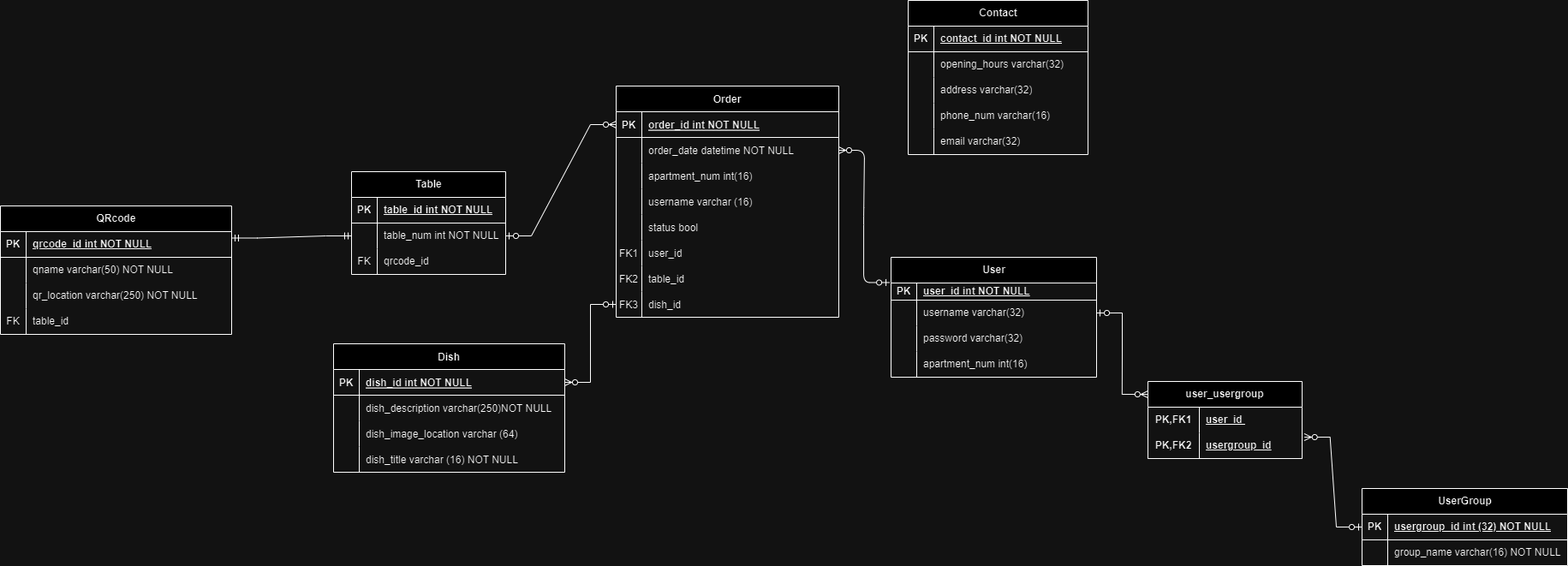
The draw.io diagram Documents/Lumia_DB.drawio.png in ZYMNZ/SystemDevProject, before a commit. Source tidied: cells renumbered, new cells last; positions are measured from the earlier drawing's top-left corner, leaving out a move shared by most shapes.
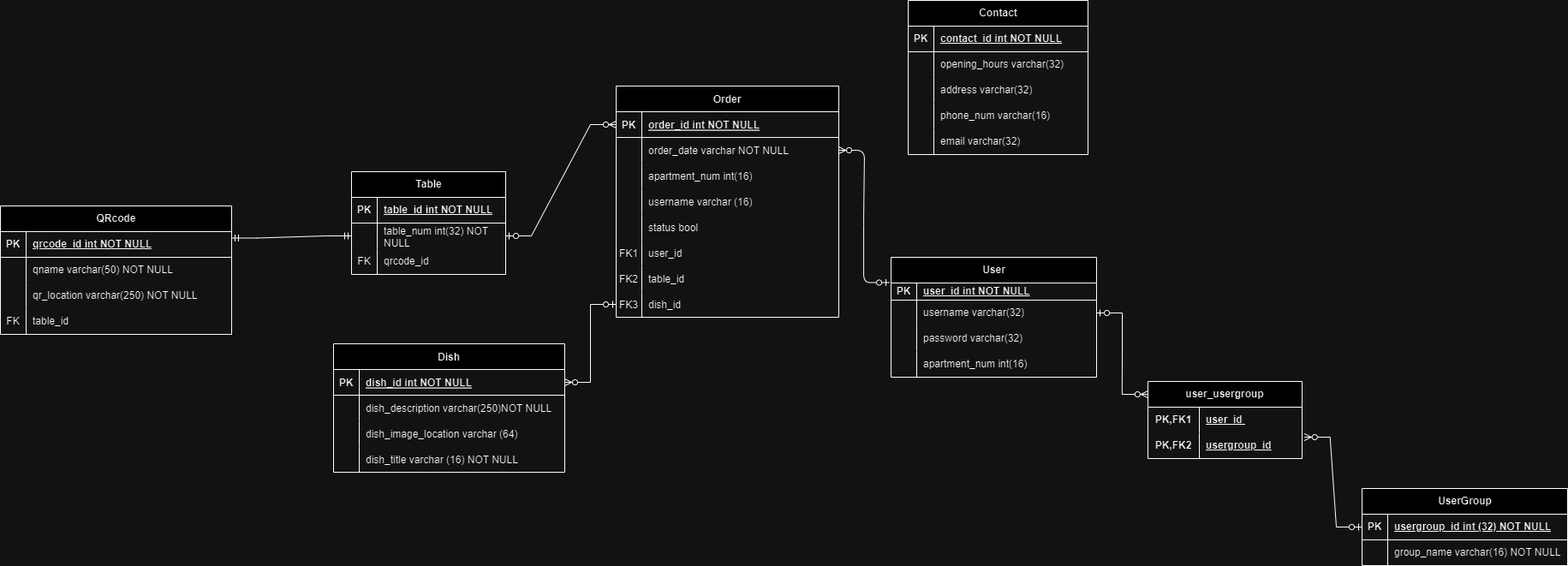
The same file after the commit.

Diff of the diagram source:
```diff
@@ -122,7 +122,7 @@
     <mxCell id="41" style="shape=partialRectangle;fillColor=none;top=0;left=0;bottom=0;right=0;overflow=hidden;whiteSpace=wrap;html=1;" parent="40" vertex="1">
       <mxGeometry width="30" height="30" as="geometry" />
     </mxCell>
-    <mxCell id="42" value="table_num int NOT NULL" style="shape=partialRectangle;fillColor=none;top=0;left=0;bottom=0;right=0;align=left;spacingLeft=6;overflow=hidden;whiteSpace=wrap;html=1;" parent="40" vertex="1">
+    <mxCell id="42" value="table_num int(32) NOT NULL" style="shape=partialRectangle;fillColor=none;top=0;left=0;bottom=0;right=0;align=left;spacingLeft=6;overflow=hidden;whiteSpace=wrap;html=1;" parent="40" vertex="1">
       <mxGeometry x="30" width="150" height="30" as="geometry" />
     </mxCell>
     <mxCell id="43" style="shape=tableRow;horizontal=0;startSize=0;swimlaneHead=0;swimlaneBody=0;fillColor=none;top=0;left=0;right=0;bottom=0;" parent="36" vertex="1">
@@ -191,7 +191,7 @@
     <mxCell id="64" style="shape=partialRectangle;overflow=hidden;fillColor=none;top=0;left=0;bottom=0;right=0;" parent="63" vertex="1">
       <mxGeometry width="30" height="30" as="geometry" />
     </mxCell>
-    <mxCell id="65" value="order_date datetime NOT NULL" style="shape=partialRectangle;overflow=hidden;fillColor=none;top=0;left=0;bottom=0;right=0;align=left;spacingLeft=6;" parent="63" vertex="1">
+    <mxCell id="65" value="order_date varchar NOT NULL" style="shape=partialRectangle;overflow=hidden;fillColor=none;top=0;left=0;bottom=0;right=0;align=left;spacingLeft=6;" parent="63" vertex="1">
       <mxGeometry x="30" width="230" height="30" as="geometry" />
     </mxCell>
     <mxCell id="66" style="shape=partialRectangle;fillColor=none;top=0;left=0;right=0;bottom=0;" parent="59" vertex="1">
```
